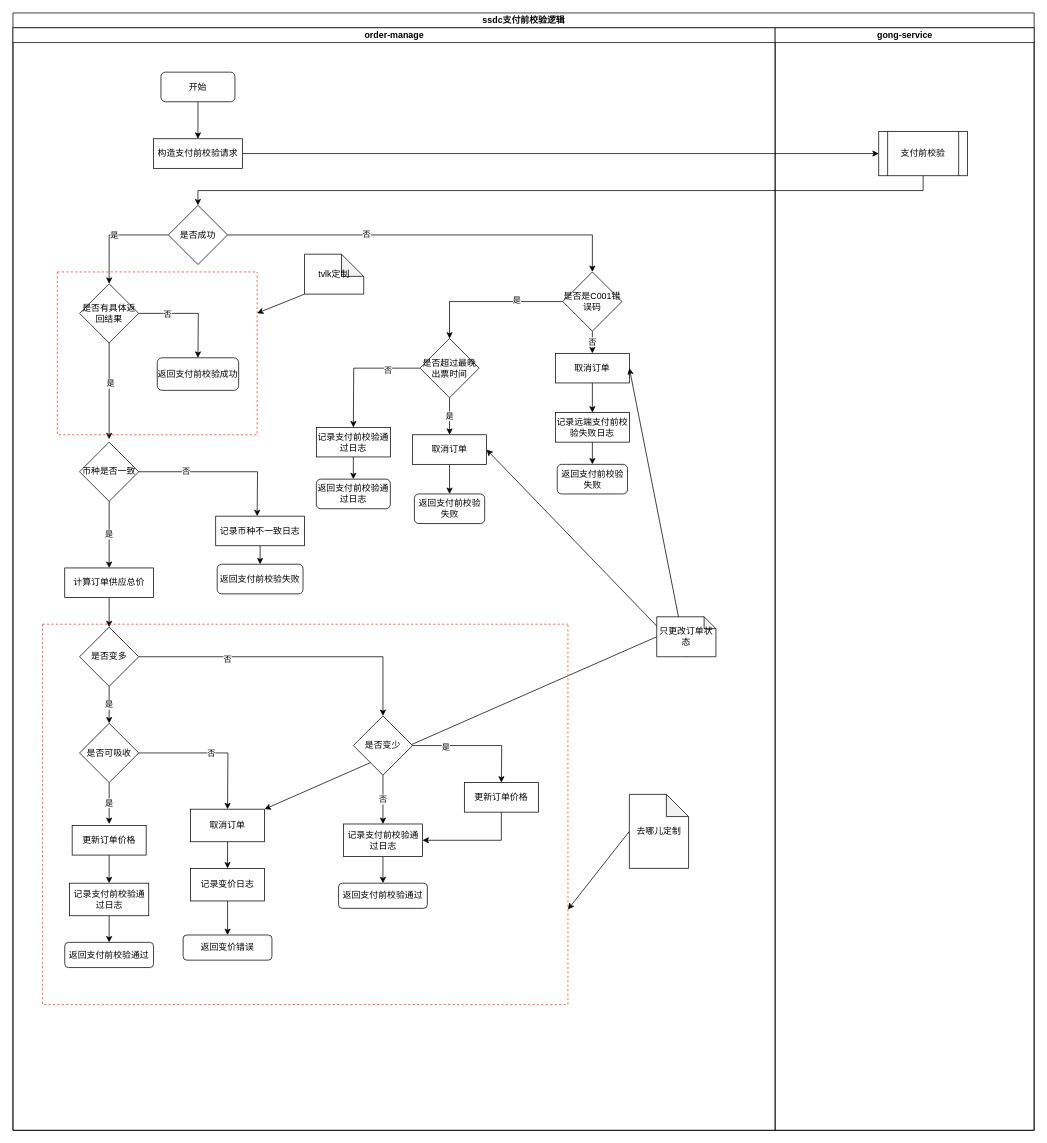
zhangweixin/design-diagram keeps this draw.io diagram as page "ssdc支付前验价逻辑" (12 of 13) of pkfare/paycheck-refactor/支付前校验现状.drawio. Above is the earlier version. Source tidied: cells renumbered, new cells numbered last; positions are measured from the earlier drawing's top-left corner, leaving out a move shared by most shapes. Both pictures are drawn from the tidied source at 74%, with x=0, y=0 at pixel (13, 13).
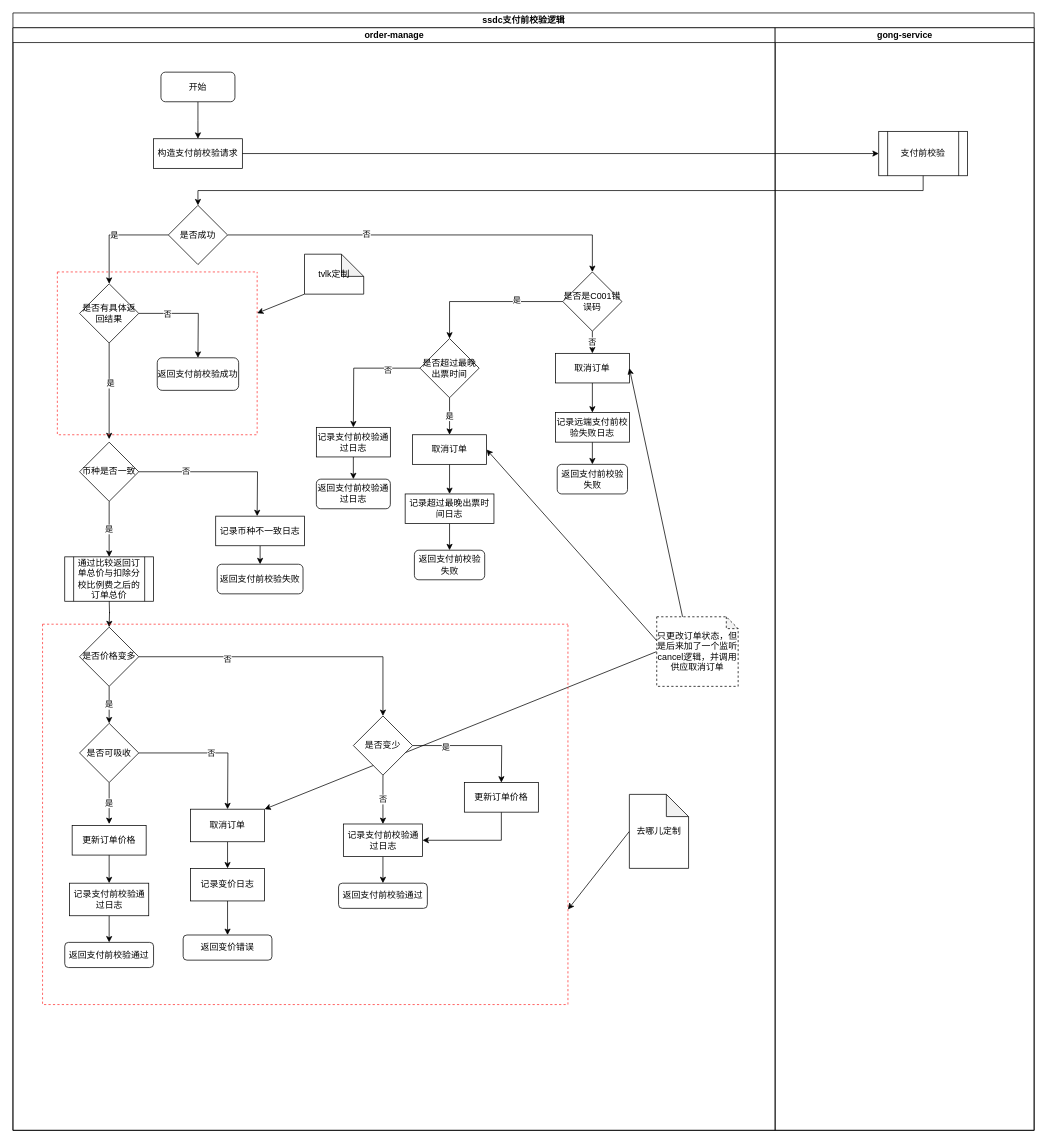
The same diagram, later.

The change refers to these unchanged cells:
```xml
<mxCell id="3" value="order-manage" style="swimlane;startSize=20;html=1;rounded=0;strokeColor=#000000;" parent="2" vertex="1">
  <mxGeometry y="20" width="1030" height="1490" as="geometry" />
</mxCell>
<mxCell id="37" value="币种是否一致" style="rhombus;whiteSpace=wrap;html=1;rounded=0;strokeColor=#000000;" parent="3" vertex="1">
  <mxGeometry x="90" y="560" width="80" height="80" as="geometry" />
</mxCell>
```

Diff of the diagram source:
```diff
@@
-    <mxCell id="20" value="只更改订单状态" style="shape=note;whiteSpace=wrap;html=1;backgroundOutline=1;darkOpacity=0.05;rounded=0;strokeColor=#000000;size=16;" parent="3" vertex="1">
-      <mxGeometry x="870" y="796" width="80" height="54" as="geometry" />
+    <mxCell id="20" value="只更改订单状态，但是后来加了一个监听cancel逻辑，并调用供应取消订单" style="shape=note;whiteSpace=wrap;html=1;backgroundOutline=1;darkOpacity=0.05;rounded=0;strokeColor=#000000;size=16;dashed=1;" parent="3" vertex="1">
+      <mxGeometry x="870" y="796" width="110" height="94" as="geometry" />
     </mxCell>
@@
     <mxCell id="30" value="返回支付前校验失败" style="rounded=1;whiteSpace=wrap;html=1;strokeColor=#000000;" parent="3" vertex="1">
-      <mxGeometry x="542.5" y="630" width="95" height="40" as="geometry" />
+      <mxGeometry x="542.5" y="706" width="95" height="40" as="geometry" />
     </mxCell>
@@
-    <mxCell id="36" value="是" style="edgeStyle=orthogonalEdgeStyle;rounded=0;jettySize=auto;html=1;exitX=0.5;exitY=1;exitDx=0;exitDy=0;" parent="3" edge="1" source="37">
-      <mxGeometry relative="1" as="geometry">
-        <mxPoint x="130" y="730" as="targetPoint" />
-      </mxGeometry>
+    <mxCell id="36" value="是" style="edgeStyle=orthogonalEdgeStyle;rounded=0;jettySize=auto;html=1;exitX=0.5;exitY=1;exitDx=0;exitDy=0;entryX=0.5;entryY=0;entryDx=0;entryDy=0;" parent="3" edge="1" source="37" target="85">
+      <mxGeometry relative="1" as="geometry" />
     </mxCell>
@@
-    <mxCell id="41" style="edgeStyle=orthogonalEdgeStyle;rounded=0;jettySize=auto;html=1;exitX=0.5;exitY=1;exitDx=0;exitDy=0;" parent="3" edge="1" source="42">
+    <mxCell id="41" style="edgeStyle=orthogonalEdgeStyle;rounded=0;orthogonalLoop=1;jettySize=auto;html=1;exitX=0.5;exitY=1;exitDx=0;exitDy=0;" parent="3" edge="1">
       <mxGeometry relative="1" as="geometry">
+        <mxPoint x="130" y="770" as="sourcePoint" />
         <mxPoint x="130" y="810" as="targetPoint" />
       </mxGeometry>
     </mxCell>
-    <mxCell id="42" value="计算订单供应总价" style="rounded=0;whiteSpace=wrap;html=1;strokeColor=#000000;" parent="3" vertex="1">
-      <mxGeometry x="70" y="730" width="120" height="40" as="geometry" />
-    </mxCell>
@@
-    <mxCell id="46" value="是否变多" style="rhombus;whiteSpace=wrap;html=1;rounded=0;strokeColor=#000000;" parent="3" vertex="1">
+    <mxCell id="46" value="是否价格变多" style="rhombus;whiteSpace=wrap;html=1;rounded=0;strokeColor=#000000;" parent="3" vertex="1">
       <mxGeometry x="90" y="810" width="80" height="80" as="geometry" />
     </mxCell>
@@
+    <mxCell id="85" value="通过比较返回订单总价与扣除分校比例费之后的订单总价" style="shape=process;whiteSpace=wrap;html=1;backgroundOutline=1;" parent="3" vertex="1">
+      <mxGeometry x="70" y="715" width="120" height="60" as="geometry" />
+    </mxCell>
+    <mxCell id="86" style="edgeStyle=orthogonalEdgeStyle;rounded=0;jettySize=auto;html=1;exitX=0.5;exitY=1;exitDx=0;exitDy=0;entryX=0.5;entryY=0;entryDx=0;entryDy=0;" parent="3" edge="1" source="87" target="30">
+      <mxGeometry relative="1" as="geometry" />
+    </mxCell>
+    <mxCell id="87" value="记录超过最晚出票时间日志" style="rounded=0;whiteSpace=wrap;html=1;strokeColor=#000000;" parent="3" vertex="1">
+      <mxGeometry x="530" y="630" width="120" height="40" as="geometry" />
+    </mxCell>
```
